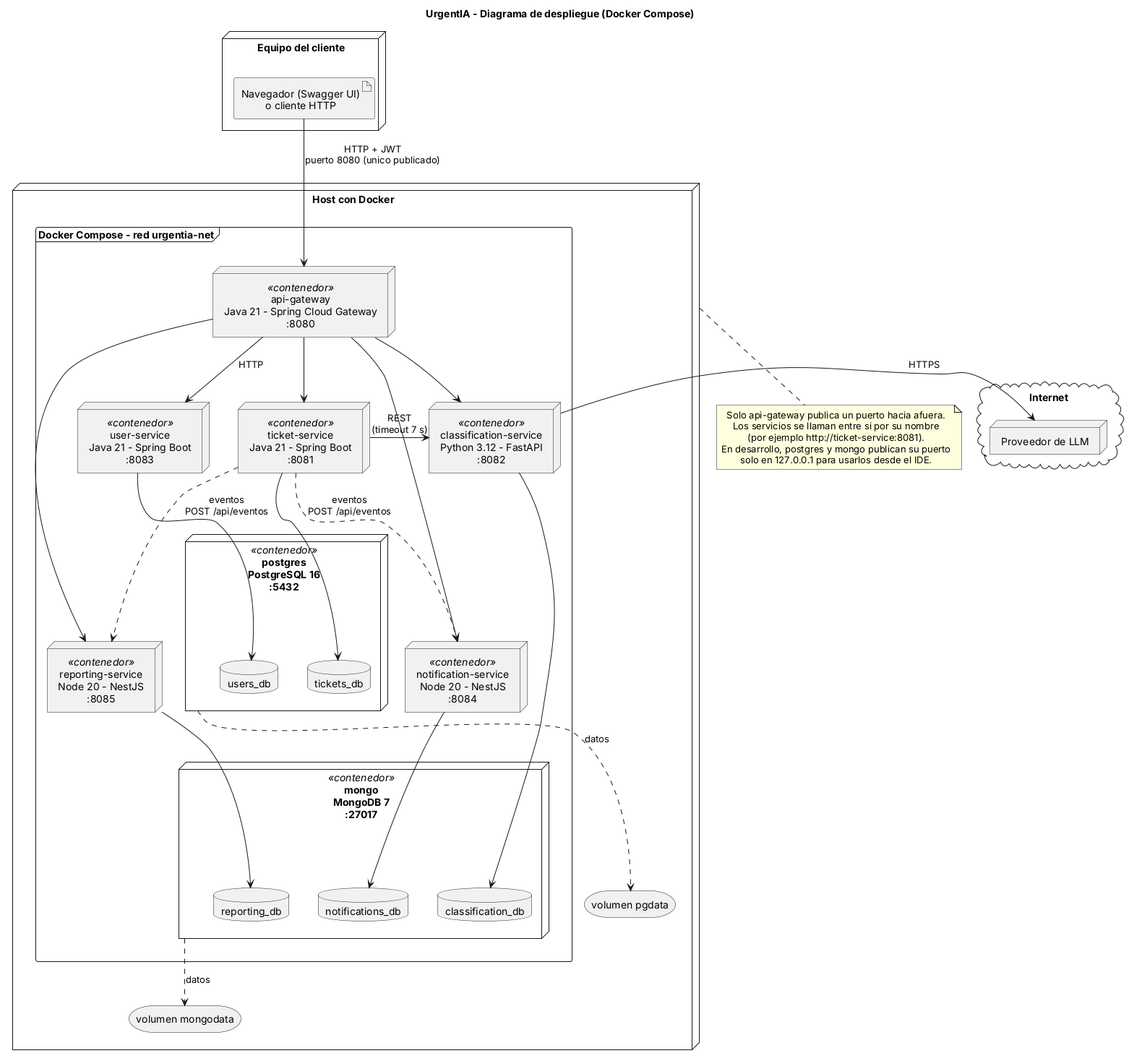
AVFare/DA2UrgentIABackend keeps this PlantUML diagram as docs/diagrams/despliegue.png. Above is the earlier version.
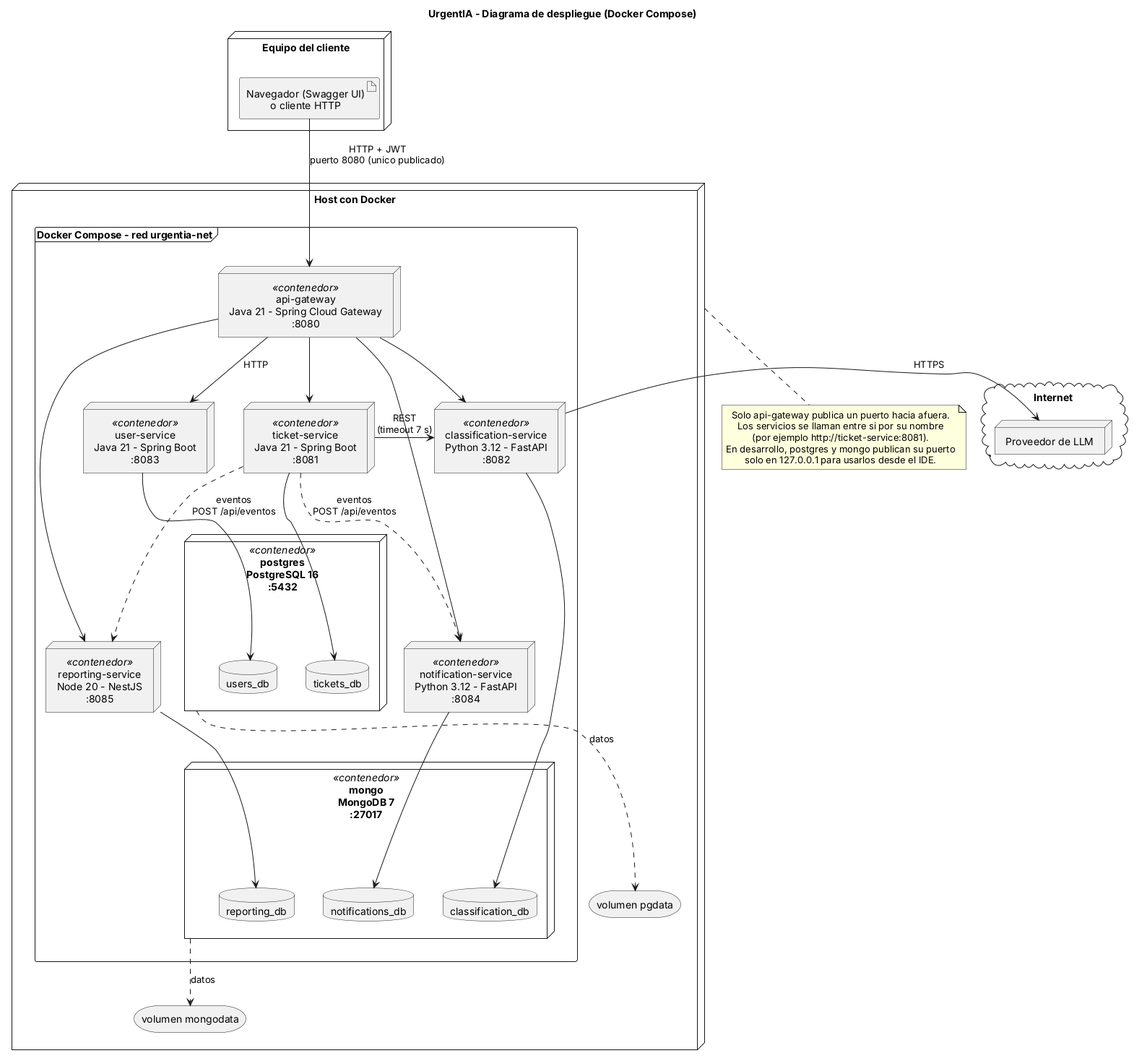
The same file after the commit.

Commit message:
docs(gateway): corrige notification-service a FastAPI en el diagrama de despliegue

Change to the diagram source:
```diff
@@ -22,7 +22,7 @@
     node "user-service\nJava 21 - Spring Boot\n:8083" as us <<contenedor>>
     node "ticket-service\nJava 21 - Spring Boot\n:8081" as ts <<contenedor>>
     node "classification-service\nPython 3.12 - FastAPI\n:8082" as cs <<contenedor>>
-    node "notification-service\nNode 20 - NestJS\n:8084" as ns <<contenedor>>
+    node "notification-service\nPython 3.12 - FastAPI\n:8084" as ns <<contenedor>>
     node "reporting-service\nNode 20 - NestJS\n:8085" as rs <<contenedor>>
 
     node "postgres\nPostgreSQL 16\n:5432" as pg <<contenedor>> {
```
